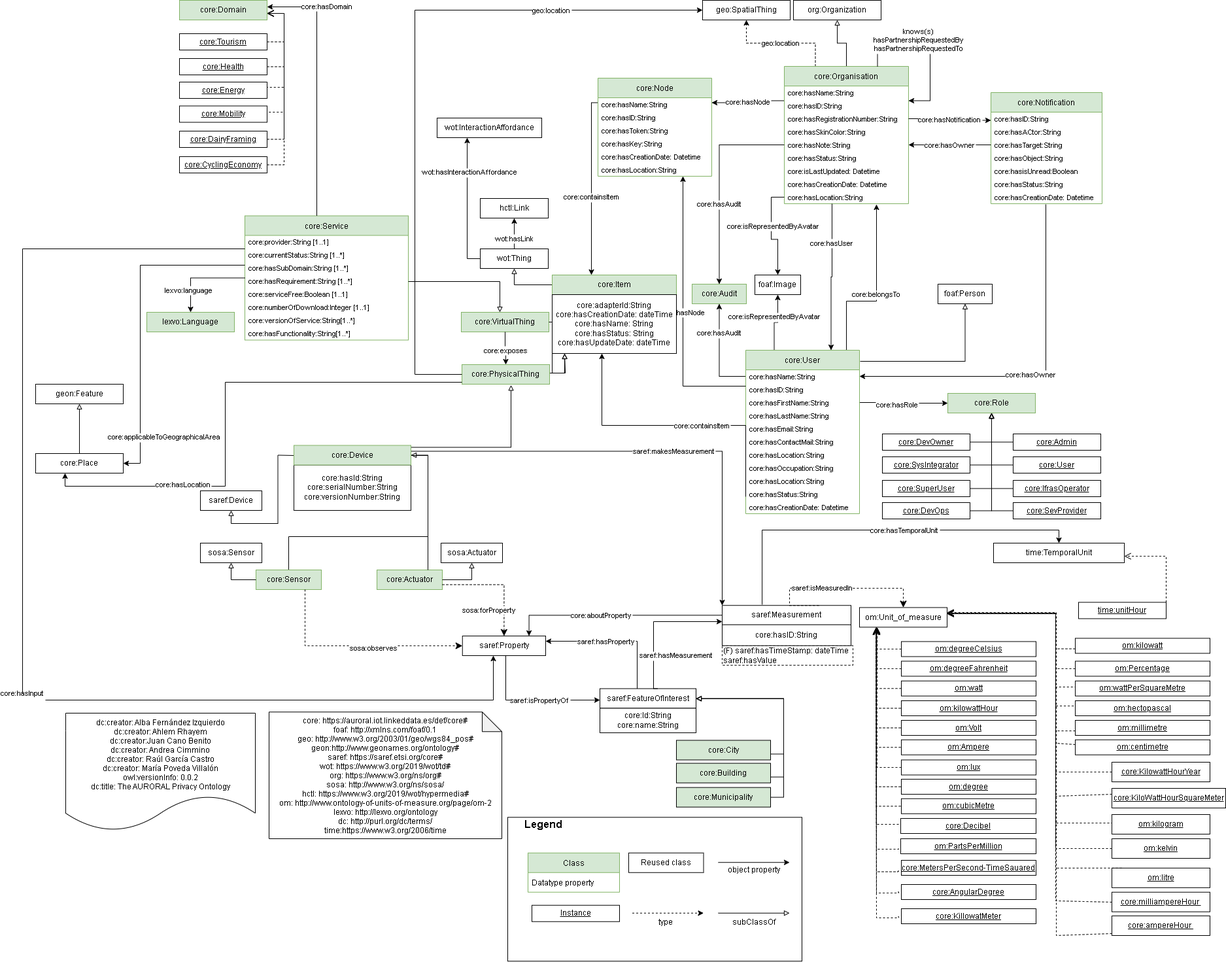
oeg-upm/auroral-core-ontology keeps this draw.io diagram as diagrams/core.png. Above is the earlier version. Source tidied: cells renumbered, new cells last; positions are measured from the earlier drawing's top-left corner, leaving out a move shared by most shapes.
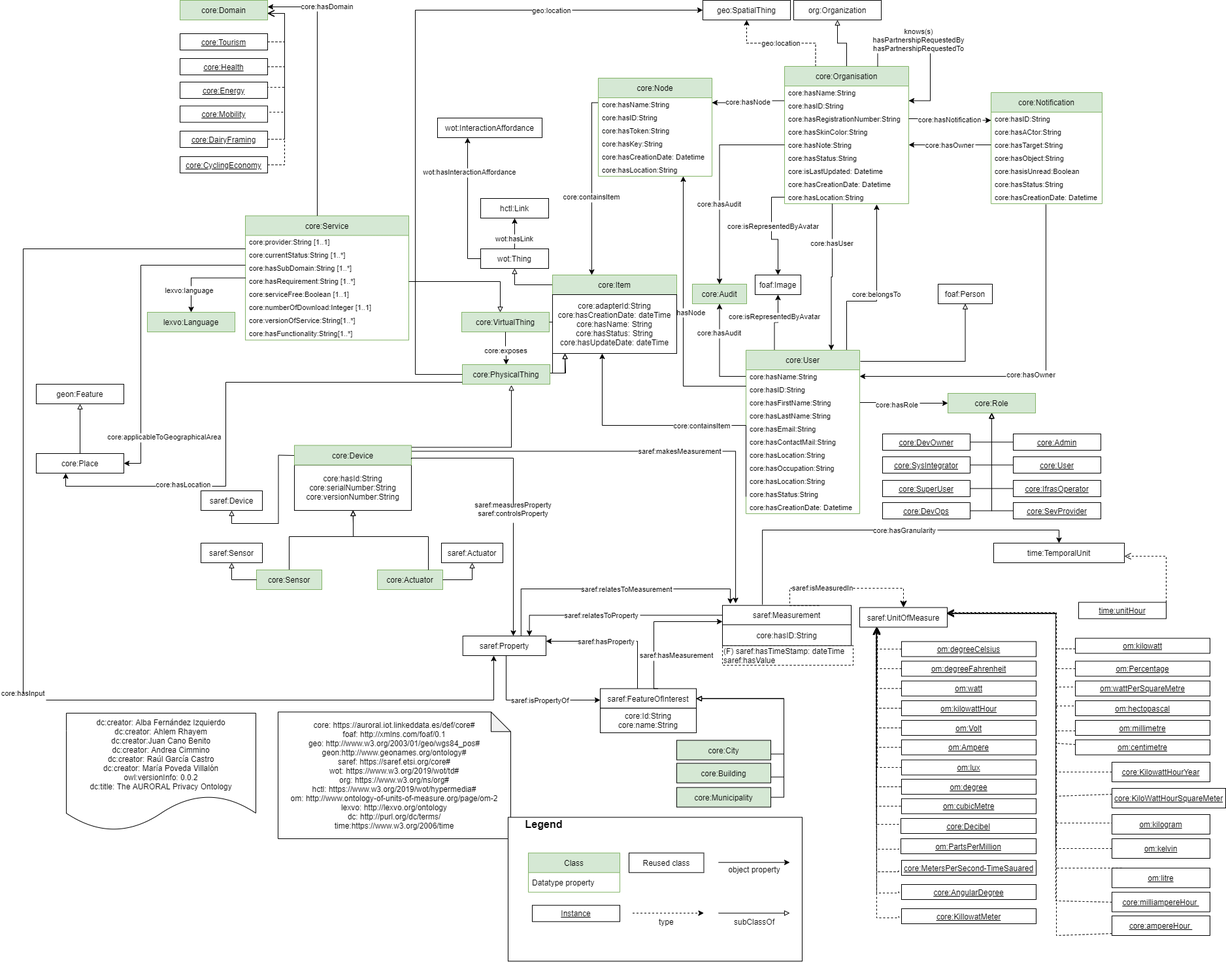
After the commit.

Commit message:
aligned with saref

Change to the diagram source:
```diff
@@ -17,8 +17,8 @@
     <mxCell id="4" value="dc:creator: Alba Fernández Izquierdo&#10;dc:creator: Ahlem Rhayem&#10;dc:creator:Juan Cano Benito&#10;dc:creator: Andrea Cimmino&#10;dc:creator: Raúl García Castro&#10;dc:creator: María Poveda Villalón&#10;owl:versionInfo: 0.0.2&#10;dc:title: The AURORAL Privacy Ontology" style="shape=document;boundedLbl=1;" parent="1" vertex="1">
       <mxGeometry x="66" y="1090" width="290" height="180" as="geometry" />
     </mxCell>
-    <mxCell id="5" value="core: https://auroral.iot.linkeddata.es/def/core#&#10;foaf: http://xmlns.com/foaf/0.1&#10;geo: http://www.w3.org/2003/01/geo/wgs84_pos#&#10;geon:http://www.geonames.org/ontology#&#10;saref: https://saref.etsi.org/core#&#10;wot: https://www.w3.org/2019/wot/td#&#10;org: https://www.w3.org/ns/org#&#10;sosa: http://www.w3.org/ns/sosa/&#10;hctl: https://www.w3.org/2019/wot/hypermedia#&#10;om: http://www.ontology-of-units-of-measure.org/page/om-2&#10;lexvo: http://lexvo.org/ontology&#10;dc: http://purl.org/dc/terms/&#10;time:https://www.w3.org/2006/time" style="shape=note;backgroundOutline=1;darkOpacity=0.05;" parent="1" vertex="1">
-      <mxGeometry x="377" y="1088.2" width="356" height="193.8" as="geometry" />
+    <mxCell id="5" value="core: https://auroral.iot.linkeddata.es/def/core#&#10;foaf: http://xmlns.com/foaf/0.1&#10;geo: http://www.w3.org/2003/01/geo/wgs84_pos#&#10;geon:http://www.geonames.org/ontology#&#10;saref: https://saref.etsi.org/core#&#10;wot: https://www.w3.org/2019/wot/td#&#10;org: https://www.w3.org/ns/org#&#10;hctl: https://www.w3.org/2019/wot/hypermedia#&#10;om: http://www.ontology-of-units-of-measure.org/page/om-2&#10;lexvo: http://lexvo.org/ontology&#10;dc: http://purl.org/dc/terms/&#10;time:https://www.w3.org/2006/time" style="shape=note;backgroundOutline=1;darkOpacity=0.05;" parent="1" vertex="1">
+      <mxGeometry x="390" y="1088.2" width="356" height="193.8" as="geometry" />
     </mxCell>
     <mxCell id="6" style="edgeStyle=orthogonalEdgeStyle;rounded=0;jettySize=auto;html=1;exitX=0.5;exitY=0;exitDx=0;exitDy=0;endArrow=block;endFill=0;" parent="1" edge="1" source="9" target="46">
       <mxGeometry relative="1" as="geometry" />
@@ -383,9 +383,8 @@
       <mxGeometry relative="1" as="geometry">
         <Array as="points">
           <mxPoint x="407" y="820" />
-          <mxPoint x="620" y="820" />
-          <mxPoint x="620" y="696" />
-          <mxPoint x="505" y="696" />
+          <mxPoint x="505" y="820" />
+          <mxPoint x="505" y="800" />
         </Array>
       </mxGeometry>
     </mxCell>
@@ -395,17 +394,18 @@
     <mxCell id="108" value="core:Actuator" style="rounded=0;whiteSpace=wrap;html=1;fillColor=#d5e8d4;strokeColor=#82b366;" parent="1" vertex="1">
       <mxGeometry x="542" y="871" width="100" height="30" as="geometry" />
     </mxCell>
-    <mxCell id="109" style="edgeStyle=orthogonalEdgeStyle;rounded=0;jettySize=auto;html=1;fontSize=11;endArrow=block;endFill=0;entryX=1;entryY=0.5;entryDx=0;entryDy=0;" parent="1" edge="1" source="108" target="174">
+    <mxCell id="109" style="edgeStyle=orthogonalEdgeStyle;rounded=0;jettySize=auto;html=1;fontSize=11;endArrow=block;endFill=0;" parent="1" edge="1" source="108" target="173">
       <mxGeometry relative="1" as="geometry">
         <Array as="points">
-          <mxPoint x="620" y="696" />
+          <mxPoint x="620" y="820" />
+          <mxPoint x="505" y="820" />
         </Array>
       </mxGeometry>
     </mxCell>
-    <mxCell id="110" value="sosa:Sensor" style="rounded=0;whiteSpace=wrap;html=1;" parent="1" vertex="1">
+    <mxCell id="110" value="saref:Sensor" style="rounded=0;whiteSpace=wrap;html=1;" parent="1" vertex="1">
       <mxGeometry x="272" y="830" width="94" height="30" as="geometry" />
     </mxCell>
-    <mxCell id="111" value="sosa:Actuator" style="rounded=0;whiteSpace=wrap;html=1;" parent="1" vertex="1">
+    <mxCell id="111" value="saref:Actuator" style="rounded=0;whiteSpace=wrap;html=1;" parent="1" vertex="1">
       <mxGeometry x="640" y="830" width="94" height="30" as="geometry" />
     </mxCell>
     <mxCell id="112" style="edgeStyle=orthogonalEdgeStyle;rounded=0;jettySize=auto;html=1;exitX=0;exitY=0.5;exitDx=0;exitDy=0;entryX=0.5;entryY=1;entryDx=0;entryDy=0;fontSize=11;endArrow=block;endFill=0;" parent="1" edge="1" source="107" target="110">
@@ -417,23 +417,7 @@
     <mxCell id="114" value="saref:Property" style="rounded=0;whiteSpace=wrap;html=1;points=[[0.1,0],[0.2,0],[0.3,0],[0.4,0],[0.5,0],[0.6,0],[0.7,0],[0.8,0],[0.9,0],[0,0.1],[0,0.3],[0,0.5],[0,0.7],[0,0.9],[0.1,1],[0.2,1],[0.3,1],[0.4,1],[0.5,1],[0.6,1],[0.7,1],[0.8,1],[0.9,1],[1,0.1],[1,0.3],[1,0.5],[1,0.7],[1,0.9]];" parent="1" vertex="1">
       <mxGeometry x="672.8" y="972" width="127.2" height="30" as="geometry" />
     </mxCell>
-    <mxCell id="115" style="endArrow=classic;html=1;exitX=0.75;exitY=1;exitDx=0;exitDy=0;endSize=8;dashed=1;arcSize=0;edgeStyle=orthogonalEdgeStyle;entryX=0;entryY=0.5;entryDx=0;entryDy=0;" parent="1" edge="1" source="107" target="114">
-      <mxGeometry relative="1" as="geometry" />
-    </mxCell>
-    <mxCell id="116" value="&lt;div&gt;sosa:observes&lt;/div&gt;" style="edgeLabel;html=1;align=center;verticalAlign=middle;" parent="115" vertex="1">
-      <mxGeometry x="-0.19" y="-1" relative="1" as="geometry">
-        <mxPoint x="58.5" y="2" as="offset" />
-      </mxGeometry>
-    </mxCell>
-    <mxCell id="117" style="endArrow=classic;html=1;entryX=0.5;entryY=0;entryDx=0;entryDy=0;endSize=8;dashed=1;arcSize=0;edgeStyle=orthogonalEdgeStyle;exitX=1;exitY=0.75;exitDx=0;exitDy=0;" parent="1" edge="1" source="108" target="114">
-      <mxGeometry relative="1" as="geometry" />
-    </mxCell>
-    <mxCell id="118" value="&lt;div&gt;sosa:forProperty&lt;/div&gt;" style="edgeLabel;html=1;align=center;verticalAlign=middle;" parent="117" vertex="1">
-      <mxGeometry x="-0.19" y="-1" relative="1" as="geometry">
-        <mxPoint y="38" as="offset" />
-      </mxGeometry>
-    </mxCell>
-    <mxCell id="119" value="om:Unit_of_measure" style="rounded=0;whiteSpace=wrap;html=1;points=[[0.1,0],[0.2,0],[0.3,0],[0.4,0],[0.5,0],[0.6,0],[0.7,0],[0.8,0],[0.9,0],[0,0.1],[0,0.3],[0,0.5],[0,0.7],[0,0.9],[0.1,1],[0.2,1],[0.3,1],[0.4,1],[0.5,1],[0.6,1],[0.7,1],[0.8,1],[0.9,1],[1,0.1],[1,0.3],[1,0.5],[1,0.7],[1,0.9]];" parent="1" vertex="1">
+    <mxCell id="119" value="saref:UnitOfMeasure" style="rounded=0;whiteSpace=wrap;html=1;points=[[0.1,0],[0.2,0],[0.3,0],[0.4,0],[0.5,0],[0.6,0],[0.7,0],[0.8,0],[0.9,0],[0,0.1],[0,0.3],[0,0.5],[0,0.7],[0,0.9],[0.1,1],[0.2,1],[0.3,1],[0.4,1],[0.5,1],[0.6,1],[0.7,1],[0.8,1],[0.9,1],[1,0.1],[1,0.3],[1,0.5],[1,0.7],[1,0.9]];" parent="1" vertex="1">
       <mxGeometry x="1280" y="928.5" width="134" height="30" as="geometry" />
     </mxCell>
     <mxCell id="120" value="saref:Measurement" style="rounded=0;whiteSpace=wrap;html=1;" parent="1" vertex="1">
@@ -455,14 +439,14 @@
     <mxCell id="123" value="(F) saref:hasTimeStamp: dateTime&lt;br&gt;saref:hasValue" style="rounded=0;whiteSpace=wrap;html=1;dashed=1;align=left;" parent="1" vertex="1">
       <mxGeometry x="1070" y="986.8" width="200" height="30" as="geometry" />
     </mxCell>
-    <mxCell id="124" value="saref:makesMeasurement" style="edgeStyle=orthogonalEdgeStyle;rounded=0;jettySize=auto;entryX=0;entryY=0;entryDx=0;entryDy=0;fontSize=11;endArrow=classic;endFill=1;exitX=1;exitY=0.3;exitDx=0;exitDy=0;" parent="1" edge="1" source="174" target="120">
+    <mxCell id="124" value="saref:makesMeasurement" style="edgeStyle=orthogonalEdgeStyle;rounded=0;jettySize=auto;entryX=0.102;entryY=-0.108;entryDx=0;entryDy=0;fontSize=11;endArrow=classic;endFill=1;exitX=1;exitY=0.3;exitDx=0;exitDy=0;entryPerimeter=0;" parent="1" edge="1" source="174" target="120">
       <mxGeometry x="0.13" relative="1" as="geometry">
         <Array as="points">
-          <mxPoint x="1070" y="690" />
+          <mxPoint x="1090" y="690" />
         </Array>
       </mxGeometry>
     </mxCell>
-    <mxCell id="125" value="core:aboutProperty" style="edgeStyle=orthogonalEdgeStyle;rounded=0;jettySize=auto;exitX=0;exitY=0.5;exitDx=0;exitDy=0;fontSize=11;endArrow=classic;endFill=1;entryX=0.8;entryY=0;entryDx=0;entryDy=0;" parent="1" edge="1" source="120" target="114">
+    <mxCell id="125" value="saref:relatesToProperty" style="edgeStyle=orthogonalEdgeStyle;rounded=0;jettySize=auto;exitX=0;exitY=0.5;exitDx=0;exitDy=0;fontSize=11;endArrow=classic;endFill=1;entryX=0.8;entryY=0;entryDx=0;entryDy=0;" parent="1" edge="1" source="120" target="114">
       <mxGeometry x="0.13" relative="1" as="geometry" />
     </mxCell>
     <mxCell id="126" style="endArrow=open;html=1;fontColor=#000099;endFill=0;dashed=1;endSize=8;exitX=0;exitY=0.5;exitDx=0;exitDy=0;edgeStyle=orthogonalEdgeStyle;arcSize=0;entryX=0.2;entryY=1;entryDx=0;entryDy=0;" parent="1" edge="1" source="127" target="119">
@@ -961,7 +945,7 @@
         </Array>
       </mxGeometry>
     </mxCell>
-    <mxCell id="228" value="core:hasTemporalUnit" style="edgeStyle=orthogonalEdgeStyle;rounded=0;jettySize=auto;fontSize=11;endArrow=classic;endFill=1;exitX=0.31;exitY=-0.042;exitDx=0;exitDy=0;exitPerimeter=0;" parent="1" edge="1" source="120" target="225">
+    <mxCell id="228" value="core:hasGranularity" style="edgeStyle=orthogonalEdgeStyle;rounded=0;jettySize=auto;fontSize=11;endArrow=classic;endFill=1;exitX=0.31;exitY=-0.042;exitDx=0;exitDy=0;exitPerimeter=0;" parent="1" edge="1" source="120" target="225">
       <mxGeometry x="0.13" relative="1" as="geometry">
         <Array as="points">
           <mxPoint x="1131" y="810" />
@@ -1037,5 +1021,21 @@
     <mxCell id="240" value="core:hasLocation" style="edgeLabel;align=center;verticalAlign=middle;fontSize=11;" parent="239" vertex="1">
       <mxGeometry x="0.49" y="-3" relative="1" as="geometry" />
     </mxCell>
+    <mxCell id="241" value="saref:measuresProperty&#10;saref:controlsProperty&#10;" style="edgeStyle=orthogonalEdgeStyle;rounded=0;jettySize=auto;fontSize=11;endArrow=classic;endFill=1;exitX=1;exitY=0.7;exitDx=0;exitDy=0;" parent="1" edge="1" source="174" target="114">
+      <mxGeometry x="0.13" relative="1" as="geometry">
+        <Array as="points">
+          <mxPoint x="594" y="700" />
+          <mxPoint x="750" y="700" />
+        </Array>
+      </mxGeometry>
+    </mxCell>
+    <mxCell id="242" value="saref:relatesToMeasurement" style="edgeStyle=orthogonalEdgeStyle;rounded=0;jettySize=auto;fontSize=11;endArrow=classic;endFill=1;exitX=0.7;exitY=0;exitDx=0;exitDy=0;entryX=0.061;entryY=-0.075;entryDx=0;entryDy=0;entryPerimeter=0;" parent="1" edge="1" source="114" target="120">
+      <mxGeometry x="0.13" relative="1" as="geometry">
+        <Array as="points">
+          <mxPoint x="762" y="900" />
+          <mxPoint x="1082" y="900" />
+        </Array>
+      </mxGeometry>
+    </mxCell>
   </root>
 </mxGraphModel>
```
